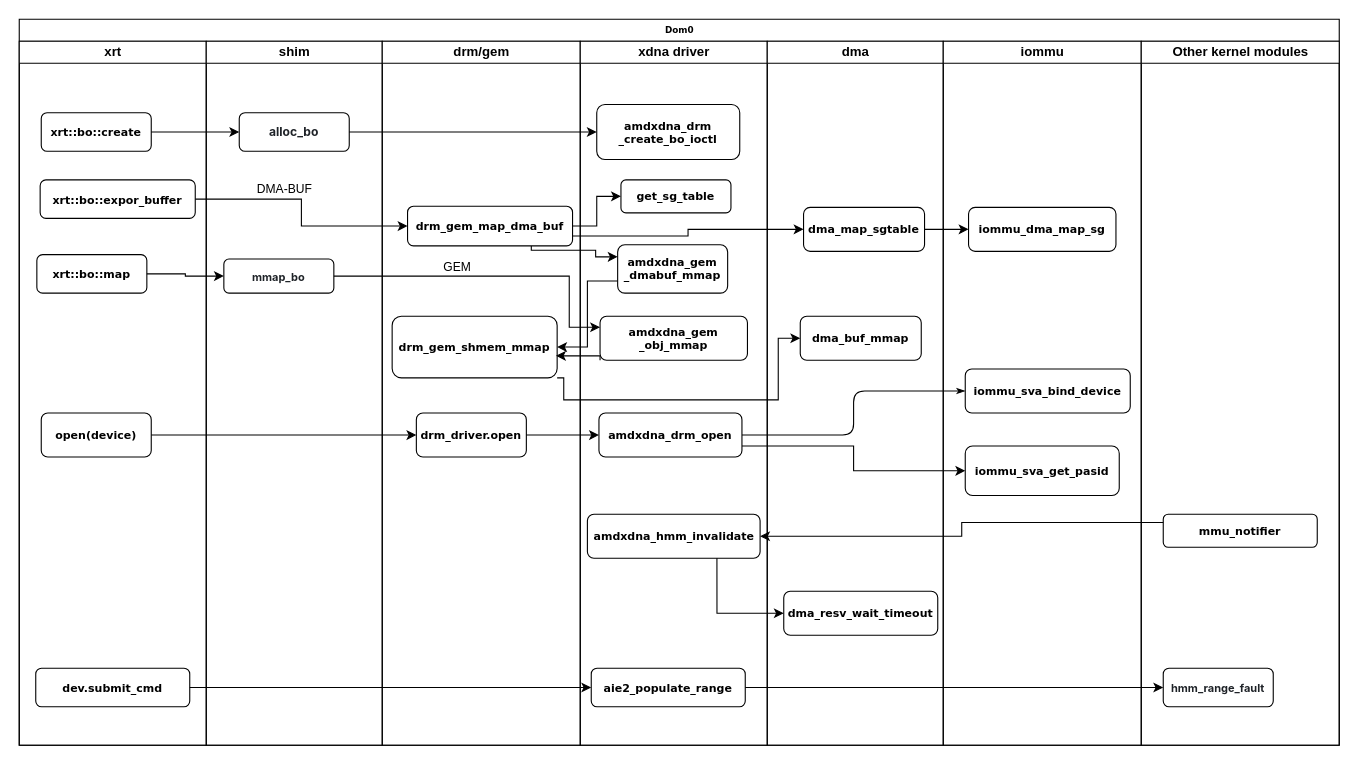
Above: bo_alloc_map.drawio in samwyi/test (draw.io), before the change. Source tidied: cells renumbered, new cells numbered last; positions are measured from the earlier drawing's top-left corner, leaving out a move shared by most shapes. Both pictures are drawn from the tidied source at 110%, with x=0, y=0 at pixel (19, 19).
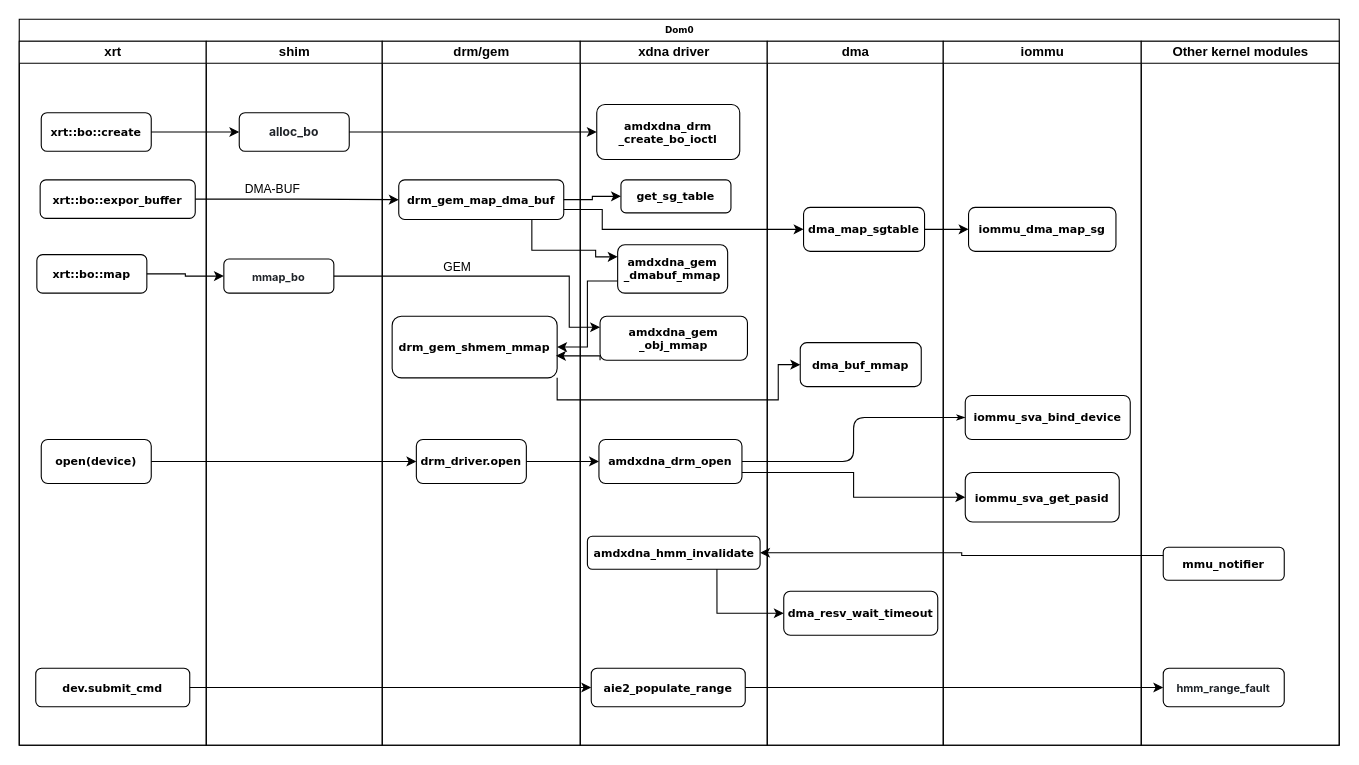
The same page after the edit.

The change refers to these unchanged cells:
```xml
<mxCell id="2" value="Dom0" style="swimlane;html=1;startSize=20;rounded=0;shadow=0;labelBackgroundColor=none;strokeWidth=1;fontFamily=Verdana;fontSize=8;align=center;" parent="1" vertex="1">
  <mxGeometry width="1200" height="660" as="geometry" />
</mxCell>
<mxCell id="3" value="xrt" style="swimlane;html=1;startSize=20;" parent="2" vertex="1">
  <mxGeometry y="20" width="170" height="640" as="geometry" />
</mxCell>
<mxCell id="10" value="drm/gem" style="swimlane;html=1;startSize=20;" parent="2" vertex="1">
  <mxGeometry x="330" y="20" width="180" height="640" as="geometry" />
</mxCell>
<mxCell id="13" value="xdna driver" style="swimlane;html=1;startSize=20;" parent="2" vertex="1">
  <mxGeometry x="510" y="20" width="170" height="640" as="geometry" />
</mxCell>
<mxCell id="16" value="amdxdna_gem&lt;div&gt;_dmabuf_mmap&lt;/div&gt;" style="rounded=1;whiteSpace=wrap;html=1;shadow=0;labelBackgroundColor=none;strokeWidth=1;fontFamily=Verdana;fontSize=10;align=center;fontStyle=1;" parent="13" vertex="1">
  <mxGeometry x="34" y="185" width="100" height="44" as="geometry" />
</mxCell>
<mxCell id="20" value="dma" style="swimlane;html=1;startSize=20;" parent="2" vertex="1">
  <mxGeometry x="680" y="20" width="160" height="640" as="geometry" />
</mxCell>
<mxCell id="23" value="iommu" style="swimlane;html=1;startSize=20;" parent="2" vertex="1">
  <mxGeometry x="840" y="20" width="180" height="640" as="geometry" />
</mxCell>
<mxCell id="31" value="Other kernel modules" style="swimlane;html=1;startSize=20;" parent="2" vertex="1">
  <mxGeometry x="1020" y="20" width="180" height="640" as="geometry" />
</mxCell>
<mxCell id="49" value="dma_map_sgtable" style="rounded=1;whiteSpace=wrap;html=1;shadow=0;labelBackgroundColor=none;strokeWidth=1;fontFamily=Verdana;fontSize=10;align=center;fontStyle=1;" parent="1" vertex="1">
  <mxGeometry x="713" y="171" width="110" height="40" as="geometry" />
</mxCell>
```

What changed in the source:
```diff
@@
     <mxCell id="5" value="open(device)" style="rounded=1;whiteSpace=wrap;html=1;shadow=0;labelBackgroundColor=none;strokeWidth=1;fontFamily=Verdana;fontSize=10;align=center;fontStyle=1;" parent="3" vertex="1">
-      <mxGeometry x="20" y="338" width="100" height="40" as="geometry" />
+      <mxGeometry x="20" y="362" width="100" height="40" as="geometry" />
     </mxCell>
@@
     <mxCell id="11" value="drm_driver.open" style="rounded=1;whiteSpace=wrap;html=1;shadow=0;labelBackgroundColor=none;strokeWidth=1;fontFamily=Verdana;fontSize=10;align=center;fontStyle=1;" parent="10" vertex="1">
-      <mxGeometry x="31" y="338" width="100" height="40" as="geometry" />
+      <mxGeometry x="31" y="362" width="100" height="40" as="geometry" />
     </mxCell>
@@
+    <mxCell id="47" value="&lt;span style=&quot;font-size: 10px;&quot;&gt;drm_gem_map_dma_buf&lt;/span&gt;" style="rounded=1;whiteSpace=wrap;html=1;shadow=0;labelBackgroundColor=none;strokeWidth=1;fontFamily=Verdana;fontSize=8;align=center;fontStyle=1;" parent="10" vertex="1">
+      <mxGeometry x="15" y="126" width="150" height="36" as="geometry" />
+    </mxCell>
@@
     <mxCell id="15" value="amdxdna_drm_open" style="rounded=1;whiteSpace=wrap;html=1;shadow=0;labelBackgroundColor=none;strokeWidth=1;fontFamily=Verdana;fontSize=10;align=center;fontStyle=1;" parent="13" vertex="1">
-      <mxGeometry x="17" y="338" width="130" height="40" as="geometry" />
+      <mxGeometry x="17" y="362" width="130" height="40" as="geometry" />
     </mxCell>
@@
     <mxCell id="17" value="amdxdna_hmm_invalidate" style="rounded=1;whiteSpace=wrap;html=1;shadow=0;labelBackgroundColor=none;strokeWidth=1;fontFamily=Verdana;fontSize=10;align=center;fontStyle=1;" parent="13" vertex="1">
-      <mxGeometry x="6.5" y="430" width="157" height="40" as="geometry" />
+      <mxGeometry x="6.5" y="450" width="157" height="30" as="geometry" />
     </mxCell>
@@
     <mxCell id="21" value="dma_buf_mmap" style="rounded=1;whiteSpace=wrap;html=1;shadow=0;labelBackgroundColor=none;strokeWidth=1;fontFamily=Verdana;fontSize=10;align=center;fontStyle=1;" parent="20" vertex="1">
-      <mxGeometry x="30" y="250" width="110" height="40" as="geometry" />
+      <mxGeometry x="30" y="274" width="110" height="40" as="geometry" />
     </mxCell>
@@
     <mxCell id="24" value="iommu_sva_bind_device" style="rounded=1;whiteSpace=wrap;html=1;shadow=0;labelBackgroundColor=none;strokeWidth=1;fontFamily=Verdana;fontSize=10;align=center;fontStyle=1;" parent="23" vertex="1">
-      <mxGeometry x="20" y="298" width="150" height="40" as="geometry" />
+      <mxGeometry x="20" y="322" width="150" height="40" as="geometry" />
     </mxCell>
     <mxCell id="25" value="iommu_sva_get_pasid" style="rounded=1;whiteSpace=wrap;html=1;shadow=0;labelBackgroundColor=none;strokeWidth=1;fontFamily=Verdana;fontSize=10;align=center;fontStyle=1;" parent="23" vertex="1">
-      <mxGeometry x="20" y="368" width="140" height="45" as="geometry" />
+      <mxGeometry x="20" y="392" width="140" height="45" as="geometry" />
     </mxCell>
@@
     <mxCell id="32" value="mmu_notifier" style="rounded=1;whiteSpace=wrap;html=1;shadow=0;labelBackgroundColor=none;strokeWidth=1;fontFamily=Verdana;fontSize=10;align=center;fontStyle=1;" parent="31" vertex="1">
-      <mxGeometry x="20" y="430" width="140" height="30" as="geometry" />
+      <mxGeometry x="20" y="460" width="110" height="30" as="geometry" />
     </mxCell>
     <mxCell id="33" value="&lt;span style=&quot;color: rgb(31, 35, 40); font-family: -apple-system, BlinkMacSystemFont, &amp;quot;Segoe UI&amp;quot;, &amp;quot;Noto Sans&amp;quot;, Helvetica, Arial, sans-serif, &amp;quot;Apple Color Emoji&amp;quot;, &amp;quot;Segoe UI Emoji&amp;quot;; text-align: left; background-color: rgb(255, 255, 255);&quot;&gt;hmm_range_fault&lt;/span&gt;" style="rounded=1;whiteSpace=wrap;html=1;shadow=0;labelBackgroundColor=none;strokeWidth=1;fontFamily=Verdana;fontSize=10;align=center;fontStyle=1;" parent="31" vertex="1">
-      <mxGeometry x="20" y="570" width="100" height="35" as="geometry" />
+      <mxGeometry x="20" y="570" width="110" height="35" as="geometry" />
     </mxCell>
@@
+    <mxCell id="46" style="edgeStyle=orthogonalEdgeStyle;rounded=0;jettySize=auto;html=1;exitX=0.75;exitY=1;exitDx=0;exitDy=0;entryX=0;entryY=0.25;entryDx=0;entryDy=0;" parent="2" edge="1" source="47" target="16">
+      <mxGeometry relative="1" as="geometry">
+        <Array as="points">
+          <mxPoint x="466" y="210" />
+          <mxPoint x="524" y="210" />
+          <mxPoint x="524" y="216" />
+        </Array>
+      </mxGeometry>
+    </mxCell>
@@
-    <mxCell id="46" style="edgeStyle=orthogonalEdgeStyle;rounded=0;jettySize=auto;html=1;exitX=0.75;exitY=1;exitDx=0;exitDy=0;entryX=0;entryY=0.25;entryDx=0;entryDy=0;" parent="1" edge="1" source="47" target="16">
-      <mxGeometry relative="1" as="geometry">
-        <Array as="points">
-          <mxPoint x="466" y="210" />
-          <mxPoint x="524" y="210" />
-          <mxPoint x="524" y="216" />
-        </Array>
-      </mxGeometry>
-    </mxCell>
-    <mxCell id="47" value="&lt;span style=&quot;font-size: 10px;&quot;&gt;drm_gem_map_dma_buf&lt;/span&gt;" style="rounded=1;whiteSpace=wrap;html=1;shadow=0;labelBackgroundColor=none;strokeWidth=1;fontFamily=Verdana;fontSize=8;align=center;fontStyle=1;" parent="1" vertex="1">
-      <mxGeometry x="353" y="170" width="150" height="36" as="geometry" />
-    </mxCell>
@@
     <mxCell id="52" style="edgeStyle=orthogonalEdgeStyle;rounded=0;jettySize=auto;html=1;exitX=1;exitY=0.75;exitDx=0;exitDy=0;entryX=0;entryY=0.5;entryDx=0;entryDy=0;fontStyle=1;" parent="1" edge="1" source="47" target="49">
-      <mxGeometry relative="1" as="geometry" />
+      <mxGeometry relative="1" as="geometry">
+        <Array as="points">
+          <mxPoint x="530" y="173" />
+          <mxPoint x="530" y="191" />
+        </Array>
+      </mxGeometry>
     </mxCell>
```
